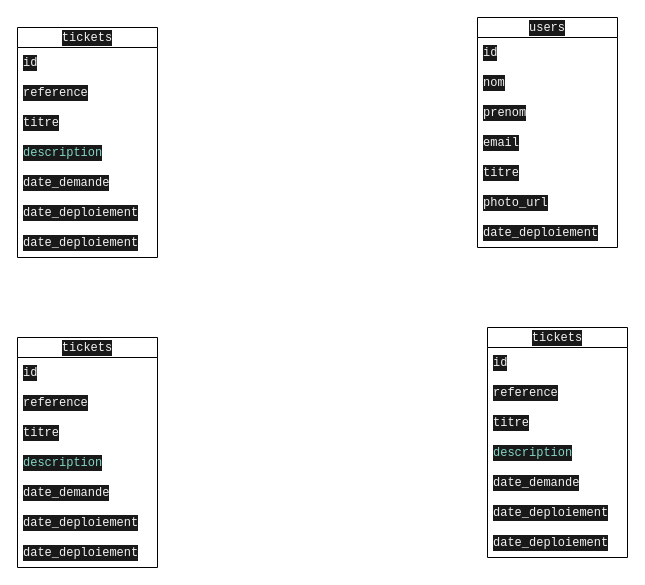
This is mcd quiz/Diagramme sans nom.drawio from Maminjatovo/MCD, a draw.io file, before an edit. Source tidied: cells renumbered, new cells numbered last; positions are measured from the earlier drawing's top-left corner, leaving out a move shared by most shapes. Both pictures are drawn from the tidied source at 100%, with x=0, y=0 at pixel (17, 17).
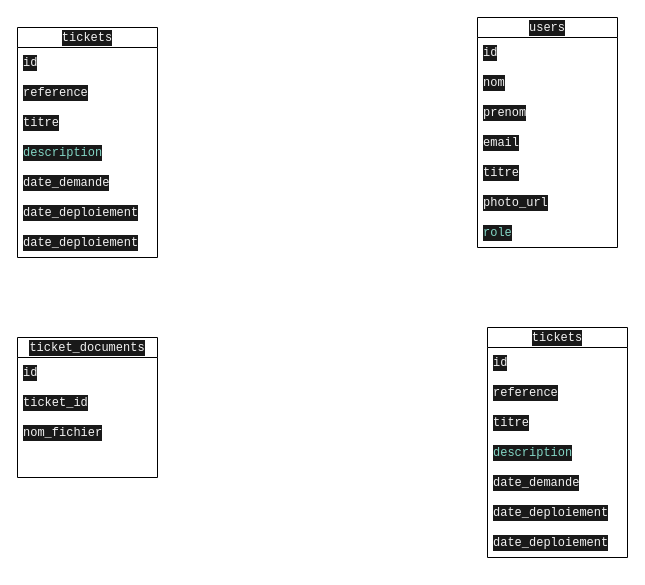
After the change.

Commit message (it also covers changes not shown here):
Mettre à jour Diagramme sans nom.drawio

Unchanged cells that the change refers to:
```xml
<mxCell id="10" value="&lt;div style=&quot;color: rgb(243, 243, 243); background-color: rgb(25, 25, 25); font-family: Consolas, &amp;quot;Courier New&amp;quot;, monospace; line-height: 16px; white-space: pre;&quot;&gt;&lt;div style=&quot;color: rgb(243, 243, 243); background-color: rgb(25, 25, 25); line-height: 16px;&quot;&gt;users&lt;/div&gt;&lt;/div&gt;" style="swimlane;fontStyle=0;horizontal=1;startSize=20;whiteSpace=wrap;html=1;" parent="1" vertex="1">
  <mxGeometry x="460" width="140" height="230" as="geometry" />
</mxCell>
```

What changed in the source:
```diff
@@
-    <mxCell id="17" value="&lt;div style=&quot;color: rgb(243, 243, 243); background-color: rgb(25, 25, 25); font-family: Consolas, &amp;quot;Courier New&amp;quot;, monospace; line-height: 16px; white-space: pre;&quot;&gt;&lt;div style=&quot;color: rgb(243, 243, 243); background-color: rgb(25, 25, 25); line-height: 16px;&quot;&gt;date_deploiement&lt;/div&gt;&lt;/div&gt;" style="text;strokeColor=none;fillColor=none;align=left;verticalAlign=middle;spacingLeft=4;spacingRight=4;overflow=hidden;whiteSpace=wrap;html=1;" parent="10" vertex="1">
+    <mxCell id="17" value="&lt;div style=&quot;color: rgb(243, 243, 243); background-color: rgb(25, 25, 25); font-family: Consolas, &amp;quot;Courier New&amp;quot;, monospace; line-height: 16px; white-space: pre;&quot;&gt;&lt;div style=&quot;color: rgb(243, 243, 243); background-color: rgb(25, 25, 25); line-height: 16px;&quot;&gt;&lt;div style=&quot;color: rgb(243, 243, 243); background-color: rgb(25, 25, 25); line-height: 16px;&quot;&gt;&lt;span style=&quot;color: #83d6c5;&quot;&gt;role&lt;/span&gt;&lt;/div&gt;&lt;/div&gt;&lt;/div&gt;" style="text;strokeColor=none;fillColor=none;align=left;verticalAlign=middle;spacingLeft=4;spacingRight=4;overflow=hidden;whiteSpace=wrap;html=1;" parent="10" vertex="1">
       <mxGeometry y="200" width="140" height="30" as="geometry" />
     </mxCell>
-    <mxCell id="18" value="&lt;div style=&quot;color: rgb(243, 243, 243); background-color: rgb(25, 25, 25); font-family: Consolas, &amp;quot;Courier New&amp;quot;, monospace; line-height: 16px; white-space: pre;&quot;&gt;tickets&lt;/div&gt;" style="swimlane;fontStyle=0;horizontal=1;startSize=20;whiteSpace=wrap;html=1;" parent="1" vertex="1">
-      <mxGeometry y="320" width="140" height="230" as="geometry" />
+    <mxCell id="18" value="&lt;div style=&quot;color: rgb(243, 243, 243); background-color: rgb(25, 25, 25); font-family: Consolas, &amp;quot;Courier New&amp;quot;, monospace; line-height: 16px; white-space: pre;&quot;&gt;&lt;div style=&quot;color: rgb(243, 243, 243); background-color: rgb(25, 25, 25); line-height: 16px;&quot;&gt;ticket_documents&lt;/div&gt;&lt;/div&gt;" style="swimlane;fontStyle=0;horizontal=1;startSize=20;whiteSpace=wrap;html=1;" parent="1" vertex="1">
+      <mxGeometry y="320" width="140" height="140" as="geometry" />
     </mxCell>
@@
-    <mxCell id="20" value="&lt;div style=&quot;color: rgb(243, 243, 243); background-color: rgb(25, 25, 25); font-family: Consolas, &amp;quot;Courier New&amp;quot;, monospace; line-height: 16px; white-space: pre;&quot;&gt;reference&lt;/div&gt;" style="text;strokeColor=none;fillColor=none;align=left;verticalAlign=middle;spacingLeft=4;spacingRight=4;overflow=hidden;whiteSpace=wrap;html=1;" parent="18" vertex="1">
+    <mxCell id="20" value="&lt;div style=&quot;color: rgb(243, 243, 243); background-color: rgb(25, 25, 25); font-family: Consolas, &amp;quot;Courier New&amp;quot;, monospace; line-height: 16px; white-space: pre;&quot;&gt;&lt;div style=&quot;color: rgb(243, 243, 243); background-color: rgb(25, 25, 25); line-height: 16px;&quot;&gt;ticket_id&lt;/div&gt;&lt;/div&gt;" style="text;strokeColor=none;fillColor=none;align=left;verticalAlign=middle;spacingLeft=4;spacingRight=4;overflow=hidden;whiteSpace=wrap;html=1;" parent="18" vertex="1">
       <mxGeometry y="50" width="140" height="30" as="geometry" />
     </mxCell>
-    <mxCell id="21" value="&lt;div style=&quot;color: rgb(243, 243, 243); background-color: rgb(25, 25, 25); font-family: Consolas, &amp;quot;Courier New&amp;quot;, monospace; line-height: 16px; white-space: pre;&quot;&gt;titre&lt;/div&gt;" style="text;strokeColor=none;fillColor=none;align=left;verticalAlign=middle;spacingLeft=4;spacingRight=4;overflow=hidden;whiteSpace=wrap;html=1;" parent="18" vertex="1">
+    <mxCell id="21" value="&lt;div style=&quot;color: rgb(243, 243, 243); background-color: rgb(25, 25, 25); font-family: Consolas, &amp;quot;Courier New&amp;quot;, monospace; line-height: 16px; white-space: pre;&quot;&gt;&lt;div style=&quot;color: rgb(243, 243, 243); background-color: rgb(25, 25, 25); line-height: 16px;&quot;&gt;nom_fichier&lt;/div&gt;&lt;/div&gt;" style="text;strokeColor=none;fillColor=none;align=left;verticalAlign=middle;spacingLeft=4;spacingRight=4;overflow=hidden;whiteSpace=wrap;html=1;" parent="18" vertex="1">
       <mxGeometry y="80" width="140" height="30" as="geometry" />
     </mxCell>
-    <mxCell id="22" value="&lt;div style=&quot;color: rgb(243, 243, 243); background-color: rgb(25, 25, 25); font-family: Consolas, &amp;quot;Courier New&amp;quot;, monospace; line-height: 16px; white-space: pre;&quot;&gt;&lt;span style=&quot;color: #83d6c5;&quot;&gt;description&lt;/span&gt;&lt;/div&gt;" style="text;strokeColor=none;fillColor=none;align=left;verticalAlign=middle;spacingLeft=4;spacingRight=4;overflow=hidden;whiteSpace=wrap;html=1;" parent="18" vertex="1">
-      <mxGeometry y="110" width="140" height="30" as="geometry" />
-    </mxCell>
-    <mxCell id="23" value="&lt;div style=&quot;color: rgb(243, 243, 243); background-color: rgb(25, 25, 25); font-family: Consolas, &amp;quot;Courier New&amp;quot;, monospace; line-height: 16px; white-space: pre;&quot;&gt;date_demande&lt;/div&gt;" style="text;strokeColor=none;fillColor=none;align=left;verticalAlign=middle;spacingLeft=4;spacingRight=4;overflow=hidden;whiteSpace=wrap;html=1;" parent="18" vertex="1">
-      <mxGeometry y="140" width="140" height="30" as="geometry" />
+    <mxCell id="23" value="&lt;div style=&quot;color: rgb(243, 243, 243); background-color: rgb(25, 25, 25); font-family: Consolas, &amp;quot;Courier New&amp;quot;, monospace; line-height: 16px; white-space: pre;&quot;&gt;&lt;br&gt;&lt;/div&gt;" style="text;strokeColor=none;fillColor=none;align=left;verticalAlign=middle;spacingLeft=4;spacingRight=4;overflow=hidden;whiteSpace=wrap;html=1;" parent="18" vertex="1">
+      <mxGeometry y="110" width="140" height="30" as="geometry" />
     </mxCell>
-    <mxCell id="24" value="&lt;div style=&quot;color: rgb(243, 243, 243); background-color: rgb(25, 25, 25); font-family: Consolas, &amp;quot;Courier New&amp;quot;, monospace; line-height: 16px; white-space: pre;&quot;&gt;&lt;div style=&quot;color: rgb(243, 243, 243); background-color: rgb(25, 25, 25); line-height: 16px;&quot;&gt;date_deploiement&lt;/div&gt;&lt;/div&gt;" style="text;strokeColor=none;fillColor=none;align=left;verticalAlign=middle;spacingLeft=4;spacingRight=4;overflow=hidden;whiteSpace=wrap;html=1;" parent="18" vertex="1">
-      <mxGeometry y="170" width="140" height="30" as="geometry" />
-    </mxCell>
-    <mxCell id="25" value="&lt;div style=&quot;color: rgb(243, 243, 243); background-color: rgb(25, 25, 25); font-family: Consolas, &amp;quot;Courier New&amp;quot;, monospace; line-height: 16px; white-space: pre;&quot;&gt;&lt;div style=&quot;color: rgb(243, 243, 243); background-color: rgb(25, 25, 25); line-height: 16px;&quot;&gt;date_deploiement&lt;/div&gt;&lt;/div&gt;" style="text;strokeColor=none;fillColor=none;align=left;verticalAlign=middle;spacingLeft=4;spacingRight=4;overflow=hidden;whiteSpace=wrap;html=1;" parent="18" vertex="1">
-      <mxGeometry y="200" width="140" height="30" as="geometry" />
-    </mxCell>
```
